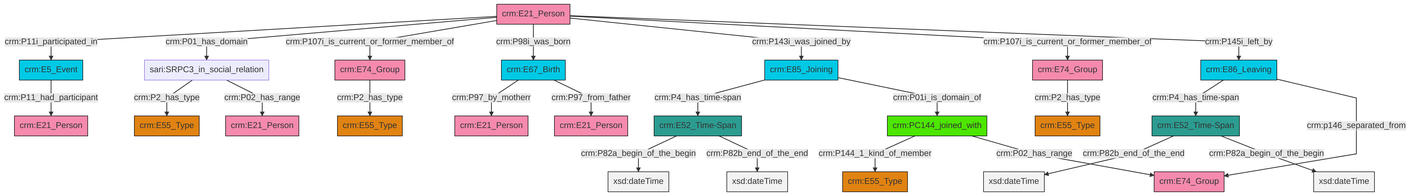
ncarboni/srdm keeps this Mermaid diagram as et/personCSV/ttl/mmd/png/Person_Actor_Relations.png. Above is the earlier version. Its source is kept beside it as et/personCSV/ttl/mmd/Person_Actor_Relations.ttl.mmd.
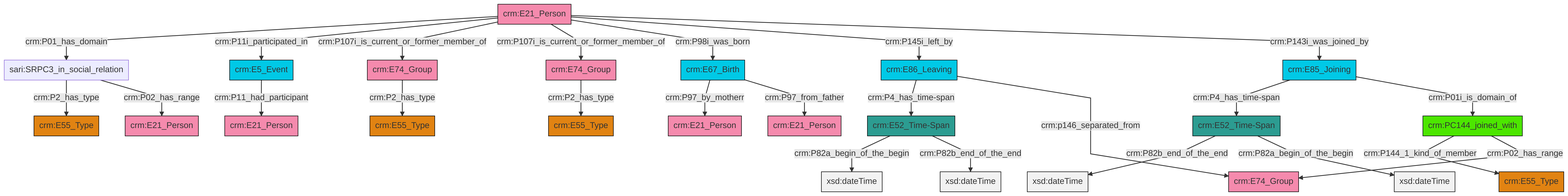
Later version of the same file.

Change to the diagram source:
```diff
@@ -13,27 +13,27 @@
 classDef PC_Classes fill:#4ce600, stroke:#000000;
 classDef Multi fill:#cccccc,stroke:#000000;
 
-0["crm:E21_Person"]:::Actor -->|crm:P11i_participated_in| 1["crm:E5_Event"]:::Temporal_Entity
-2["crm:E52_Time-Span"]:::Time-Span -->|crm:P82b_end_of_the_end| 6[xsd:dateTime]:::Literal
-7["crm:E74_Group"]:::Actor -->|crm:P2_has_type| 8["crm:E55_Type"]:::Type
-2["crm:E52_Time-Span"]:::Time-Span -->|crm:P82a_begin_of_the_begin| 11[xsd:dateTime]:::Literal
-14["crm:E74_Group"]:::Actor -->|crm:P2_has_type| 15["crm:E55_Type"]:::Type
-0["crm:E21_Person"]:::Actor -->|crm:P01_has_domain| 16["sari:SRPC3_in_social_relation"]:::Default
-21["crm:PC144_joined_with"]:::PC_Classes -->|crm:P144_1_kind_of_member| 22["crm:E55_Type"]:::Type
-24["crm:E52_Time-Span"]:::Time-Span -->|crm:P82a_begin_of_the_begin| 25[xsd:dateTime]:::Literal
-0["crm:E21_Person"]:::Actor -->|crm:P107i_is_current_or_former_member_of| 7["crm:E74_Group"]:::Actor
-1["crm:E5_Event"]:::Temporal_Entity -->|crm:P11_had_participant| 32["crm:E21_Person"]:::Actor
-16["sari:SRPC3_in_social_relation"]:::Default -->|crm:P2_has_type| 33["crm:E55_Type"]:::Type
-0["crm:E21_Person"]:::Actor -->|crm:P98i_was_born| 30["crm:E67_Birth"]:::Temporal_Entity
-0["crm:E21_Person"]:::Actor -->|crm:P143i_was_joined_by| 18["crm:E85_Joining"]:::Temporal_Entity
-18["crm:E85_Joining"]:::Temporal_Entity -->|crm:P4_has_time-span| 24["crm:E52_Time-Span"]:::Time-Span
-18["crm:E85_Joining"]:::Temporal_Entity -->|crm:P01i_is_domain_of| 21["crm:PC144_joined_with"]:::PC_Classes
-0["crm:E21_Person"]:::Actor -->|crm:P107i_is_current_or_former_member_of| 14["crm:E74_Group"]:::Actor
-16["sari:SRPC3_in_social_relation"]:::Default -->|crm:P02_has_range| 36["crm:E21_Person"]:::Actor
-0["crm:E21_Person"]:::Actor -->|crm:P145i_left_by| 4["crm:E86_Leaving"]:::Temporal_Entity
-30["crm:E67_Birth"]:::Temporal_Entity -->|crm:P97_by_motherr| 12["crm:E21_Person"]:::Actor
-21["crm:PC144_joined_with"]:::PC_Classes -->|crm:P02_has_range| 34["crm:E74_Group"]:::Actor
-4["crm:E86_Leaving"]:::Temporal_Entity -->|crm:P4_has_time-span| 2["crm:E52_Time-Span"]:::Time-Span
-30["crm:E67_Birth"]:::Temporal_Entity -->|crm:P97_from_father| 9["crm:E21_Person"]:::Actor
-4["crm:E86_Leaving"]:::Temporal_Entity -->|crm:p146_separated_from| 34["crm:E74_Group"]:::Actor
-24["crm:E52_Time-Span"]:::Time-Span -->|crm:P82b_end_of_the_end| 44[xsd:dateTime]:::Literal
+0["crm:E85_Joining"]:::Temporal_Entity -->|crm:P4_has_time-span| 1["crm:E52_Time-Span"]:::Time-Span
+8["crm:E52_Time-Span"]:::Time-Span -->|crm:P82a_begin_of_the_begin| 9[xsd:dateTime]:::Literal
+12["crm:E21_Person"]:::Actor -->|crm:P01_has_domain| 13["sari:SRPC3_in_social_relation"]:::Default
+14["crm:E67_Birth"]:::Temporal_Entity -->|crm:P97_by_motherr| 15["crm:E21_Person"]:::Actor
+16["crm:E74_Group"]:::Actor -->|crm:P2_has_type| 17["crm:E55_Type"]:::Type
+12["crm:E21_Person"]:::Actor -->|crm:P11i_participated_in| 10["crm:E5_Event"]:::Temporal_Entity
+10["crm:E5_Event"]:::Temporal_Entity -->|crm:P11_had_participant| 18["crm:E21_Person"]:::Actor
+19["crm:PC144_joined_with"]:::PC_Classes -->|crm:P144_1_kind_of_member| 20["crm:E55_Type"]:::Type
+13["sari:SRPC3_in_social_relation"]:::Default -->|crm:P2_has_type| 21["crm:E55_Type"]:::Type
+19["crm:PC144_joined_with"]:::PC_Classes -->|crm:P02_has_range| 23["crm:E74_Group"]:::Actor
+24["crm:E74_Group"]:::Actor -->|crm:P2_has_type| 2["crm:E55_Type"]:::Type
+12["crm:E21_Person"]:::Actor -->|crm:P107i_is_current_or_former_member_of| 24["crm:E74_Group"]:::Actor
+12["crm:E21_Person"]:::Actor -->|crm:P107i_is_current_or_former_member_of| 16["crm:E74_Group"]:::Actor
+12["crm:E21_Person"]:::Actor -->|crm:P98i_was_born| 14["crm:E67_Birth"]:::Temporal_Entity
+0["crm:E85_Joining"]:::Temporal_Entity -->|crm:P01i_is_domain_of| 19["crm:PC144_joined_with"]:::PC_Classes
+1["crm:E52_Time-Span"]:::Time-Span -->|crm:P82b_end_of_the_end| 35[xsd:dateTime]:::Literal
+1["crm:E52_Time-Span"]:::Time-Span -->|crm:P82a_begin_of_the_begin| 37[xsd:dateTime]:::Literal
+12["crm:E21_Person"]:::Actor -->|crm:P145i_left_by| 4["crm:E86_Leaving"]:::Temporal_Entity
+4["crm:E86_Leaving"]:::Temporal_Entity -->|crm:P4_has_time-span| 8["crm:E52_Time-Span"]:::Time-Span
+14["crm:E67_Birth"]:::Temporal_Entity -->|crm:P97_from_father| 39["crm:E21_Person"]:::Actor
+13["sari:SRPC3_in_social_relation"]:::Default -->|crm:P02_has_range| 6["crm:E21_Person"]:::Actor
+8["crm:E52_Time-Span"]:::Time-Span -->|crm:P82b_end_of_the_end| 41[xsd:dateTime]:::Literal
+4["crm:E86_Leaving"]:::Temporal_Entity -->|crm:p146_separated_from| 23["crm:E74_Group"]:::Actor
+12["crm:E21_Person"]:::Actor -->|crm:P143i_was_joined_by| 0["crm:E85_Joining"]:::Temporal_Entity
```
